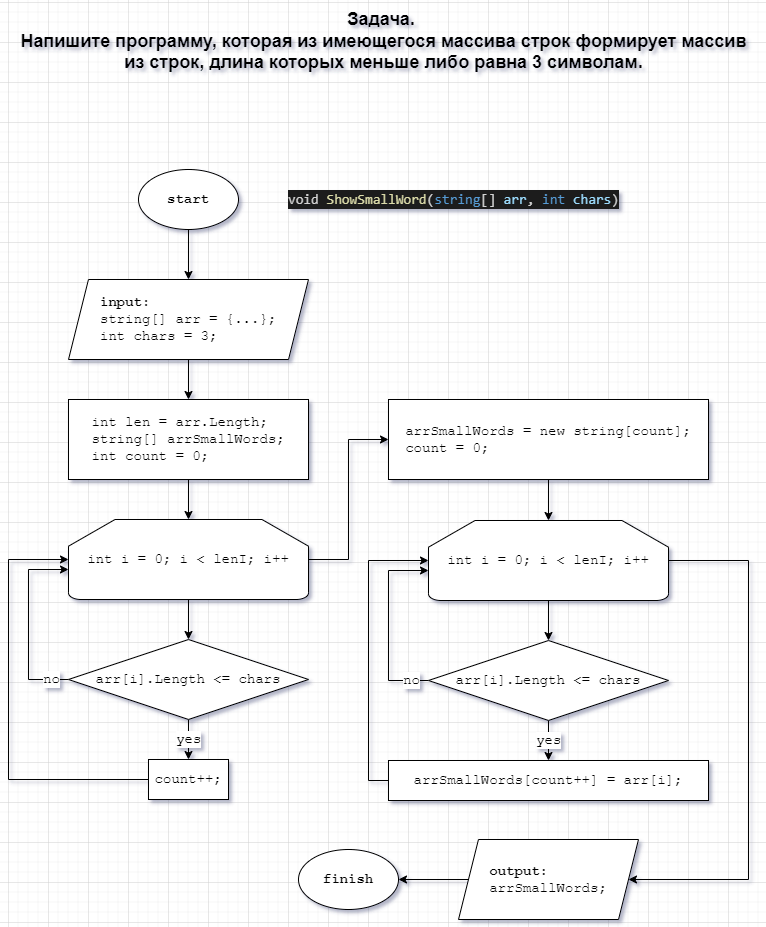
This is GB/01. 05. Choice of specialization/Seminars/test_task_ver.1.drawio.png from Inf-Sub/Education, a draw.io export, as it was before one commit. Source tidied: cells renumbered, new cells last; positions are measured from the earlier drawing's top-left corner, leaving out a move shared by most shapes.
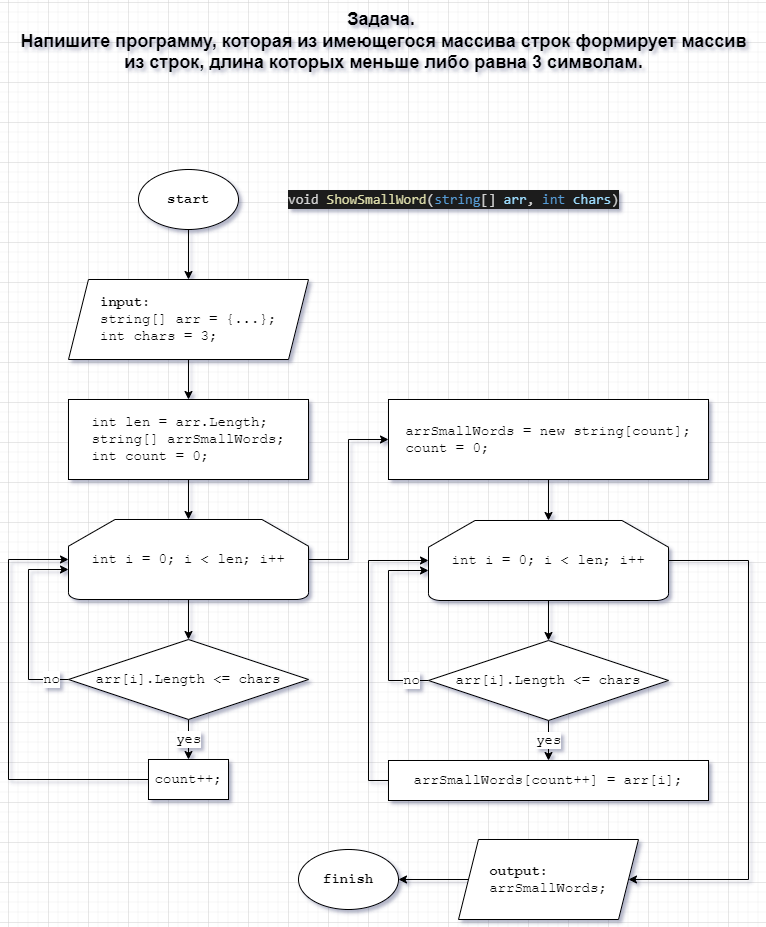
After the change.

What changed in the source:
```diff
@@ -22,7 +22,7 @@
         </Array>
       </mxGeometry>
     </mxCell>
-    <mxCell id="7" value="&lt;font style=&quot;font-size: 14px;&quot;&gt;int i = 0; i &amp;lt; lenI; i++&lt;/font&gt;" style="strokeWidth=1;html=1;shape=mxgraph.flowchart.loop_limit;whiteSpace=wrap;fontSize=14;fontFamily=Courier New;" parent="1" vertex="1">
+    <mxCell id="7" value="&lt;font style=&quot;font-size: 14px;&quot;&gt;int i = 0; i &amp;lt; len; i++&lt;/font&gt;" style="strokeWidth=1;html=1;shape=mxgraph.flowchart.loop_limit;whiteSpace=wrap;fontSize=14;fontFamily=Courier New;" parent="1" vertex="1">
       <mxGeometry x="60" y="518" width="240" height="80" as="geometry" />
     </mxCell>
     <mxCell id="8" style="edgeStyle=orthogonalEdgeStyle;rounded=0;jettySize=auto;html=1;fontSize=14;fontFamily=Courier New;" parent="1" edge="1" source="9" target="7">
@@ -79,7 +79,7 @@
         </Array>
       </mxGeometry>
     </mxCell>
-    <mxCell id="21" value="&lt;font style=&quot;font-size: 14px;&quot;&gt;int i = 0; i &amp;lt; lenI; i++&lt;/font&gt;" style="strokeWidth=1;html=1;shape=mxgraph.flowchart.loop_limit;whiteSpace=wrap;fontSize=14;fontFamily=Courier New;" parent="1" vertex="1">
+    <mxCell id="21" value="&lt;font style=&quot;font-size: 14px;&quot;&gt;int i = 0; i &amp;lt; len; i++&lt;/font&gt;" style="strokeWidth=1;html=1;shape=mxgraph.flowchart.loop_limit;whiteSpace=wrap;fontSize=14;fontFamily=Courier New;" parent="1" vertex="1">
       <mxGeometry x="420" y="519" width="240" height="80" as="geometry" />
     </mxCell>
     <mxCell id="22" value="yes" style="edgeStyle=orthogonalEdgeStyle;rounded=0;jettySize=auto;html=1;fontFamily=Courier New;fontSize=14;" parent="1" edge="1" source="24" target="26">
```
